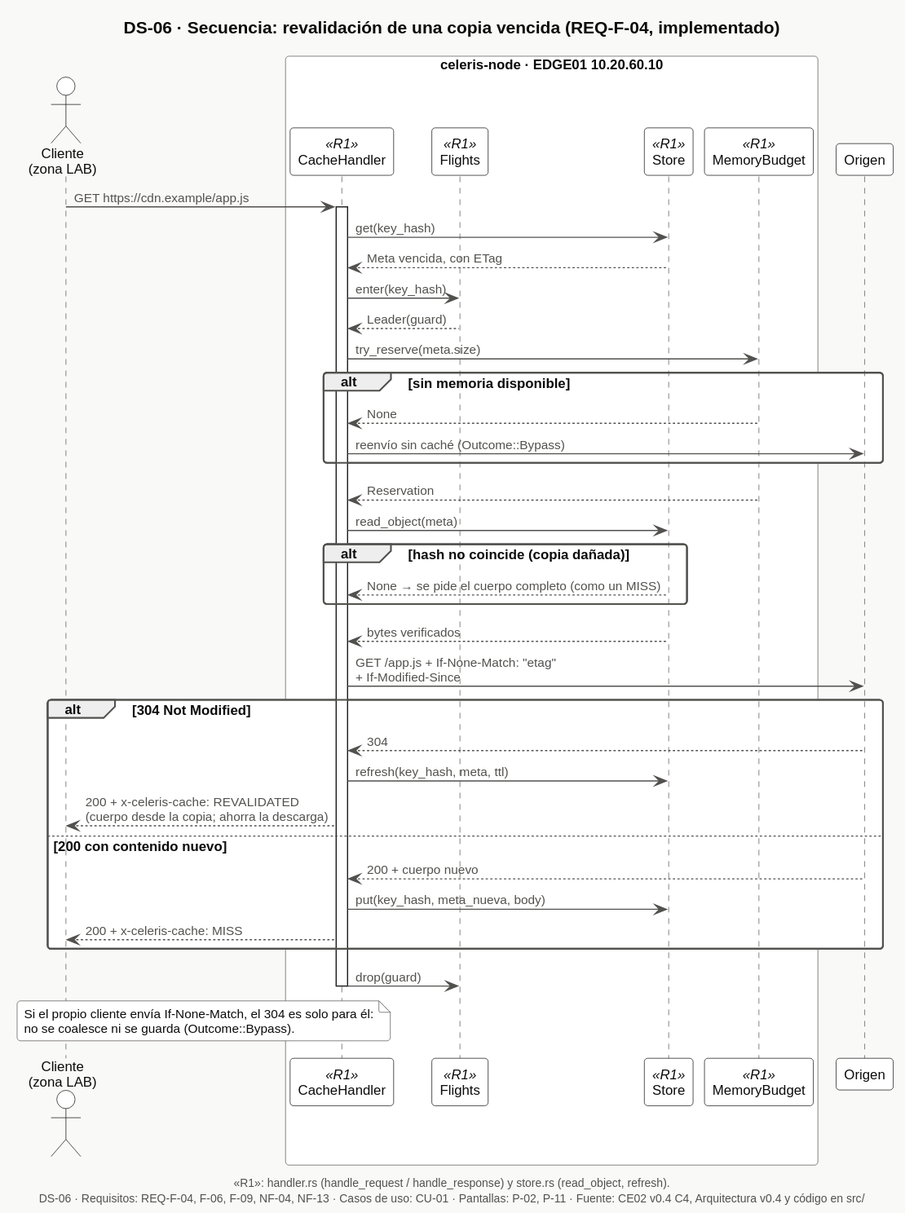
Above: docs/software/e1/diagramas/svg/DS-06-secuencia-revalidacion-304.svg in Nick-Saim-MJ/Project-Celeris (PlantUML), before the change.
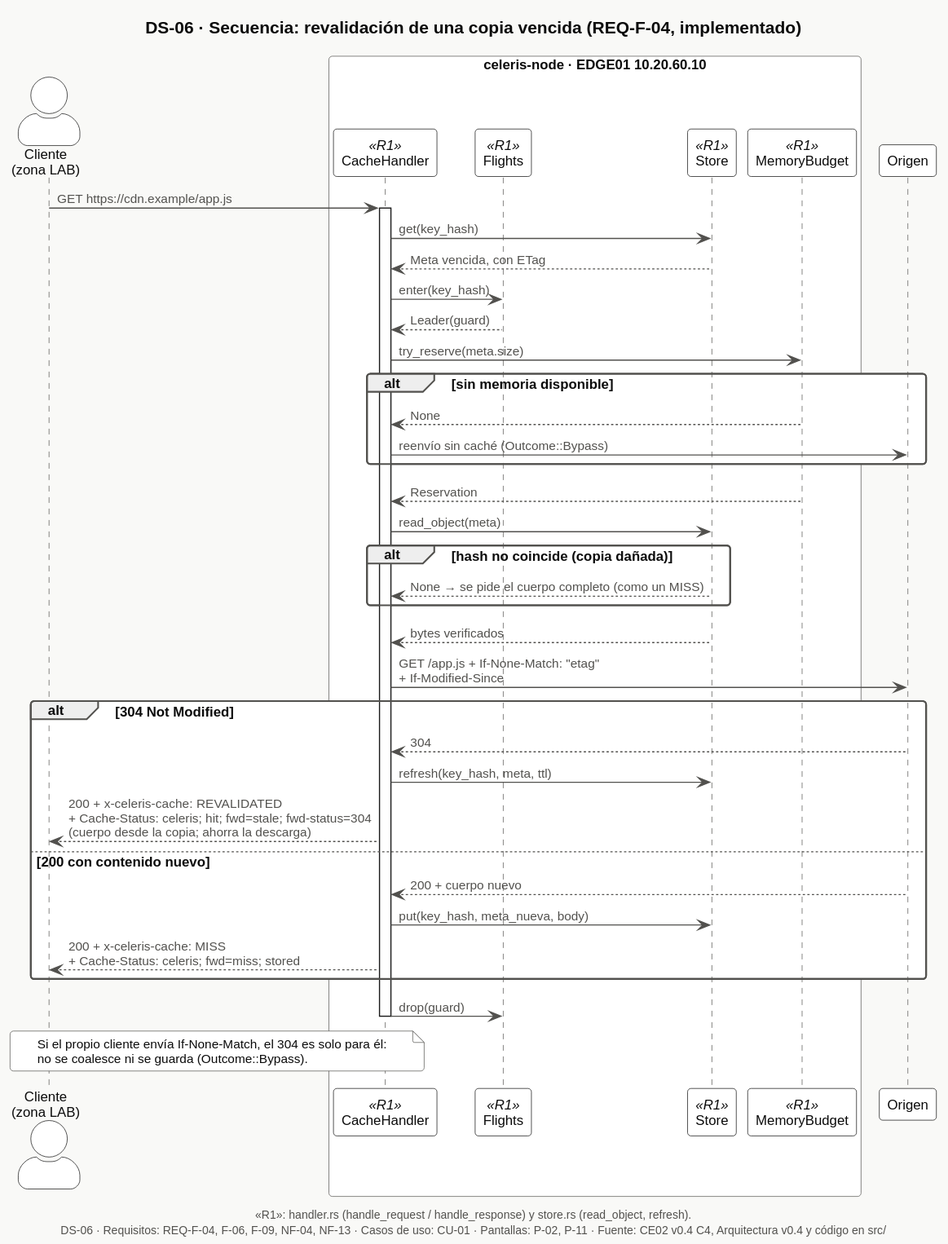
The same file after the commit.

What changed in the source:
```diff
@@ -33,11 +33,11 @@
 alt 304 Not Modified
   O --> H : 304
   H -> S : refresh(key_hash, meta, ttl)
-  H --> C : 200 + x-celeris-cache: REVALIDATED\n(cuerpo desde la copia; ahorra la descarga)
+  H --> C : 200 + x-celeris-cache: REVALIDATED\n+ Cache-Status: celeris; hit; fwd=stale; fwd-status=304\n(cuerpo desde la copia; ahorra la descarga)
 else 200 con contenido nuevo
   O --> H : 200 + cuerpo nuevo
   H -> S : put(key_hash, meta_nueva, body)
-  H --> C : 200 + x-celeris-cache: MISS
+  H --> C : 200 + x-celeris-cache: MISS\n+ Cache-Status: celeris; fwd=miss; stored
 end
 H -> F : drop(guard)
 deactivate H
```
